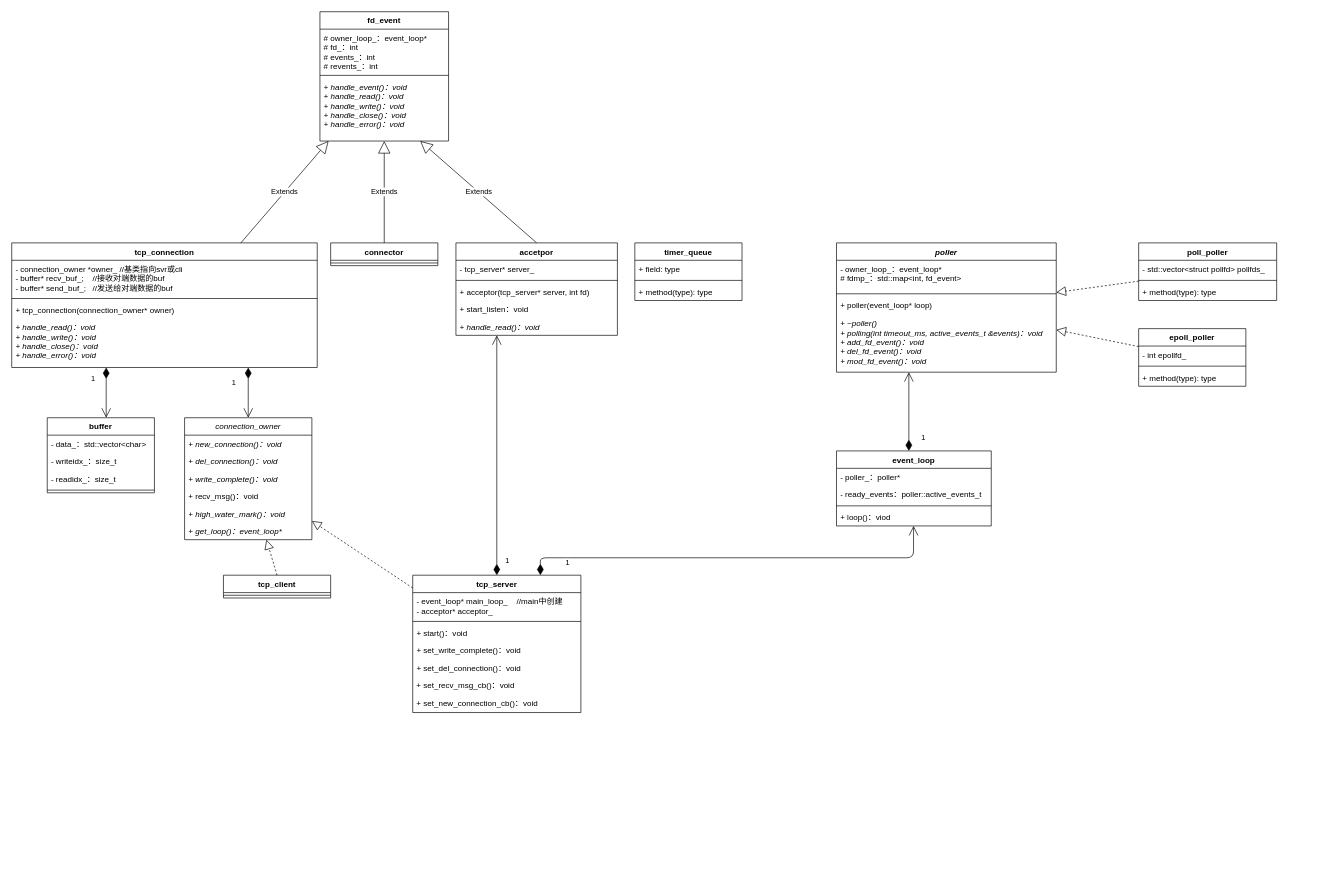
Earlier version of the draw.io diagram page "UML" (5 of 6) of docs/easy_net.drawio (HLhuanglang/eNET). Source tidied: cells renumbered, new cells numbered last; positions are measured from the earlier drawing's top-left corner, leaving out a move shared by most shapes. Both pictures are drawn from the tidied source at 67%, with x=0, y=0 at pixel (11, 11).
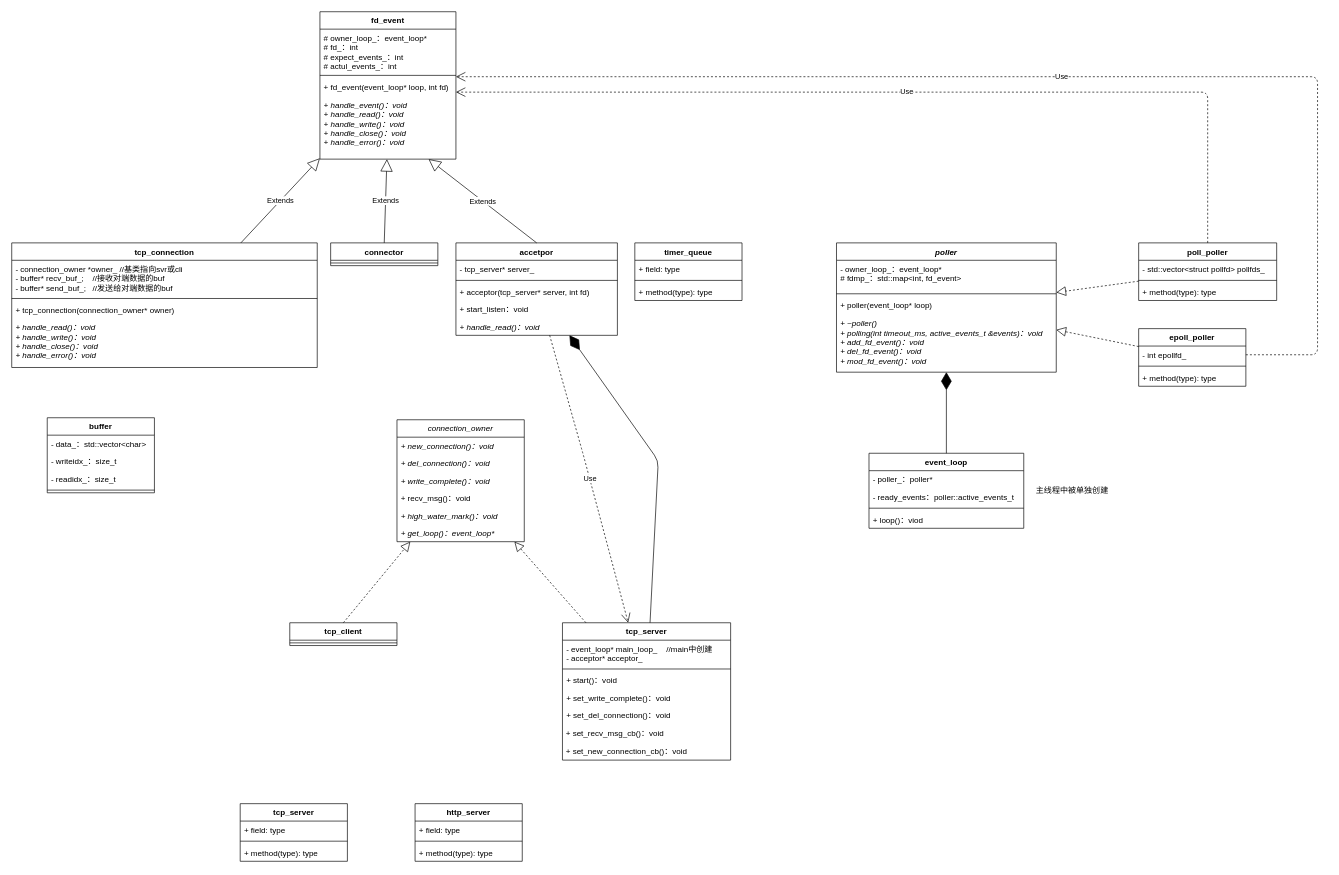
Above is the later version.

Unchanged cells that the change refers to:
```xml
<mxCell id="2" value="buffer" style="swimlane;fontStyle=1;align=center;verticalAlign=top;horizontal=1;startSize=26;" parent="1" vertex="1">
  <mxGeometry x="53" y="606" width="160" height="112" as="geometry" />
</mxCell>
<mxCell id="24" value="tcp_connection" style="swimlane;fontStyle=1;align=center;verticalAlign=top;horizontal=1;startSize=26;" parent="1" vertex="1">
  <mxGeometry y="345" width="456" height="186" as="geometry" />
</mxCell>
<mxCell id="34" value="poller" style="swimlane;fontStyle=3;align=center;verticalAlign=top;horizontal=1;startSize=26;" parent="1" vertex="1">
  <mxGeometry x="1231" y="345" width="328" height="193" as="geometry" />
</mxCell>
<mxCell id="40" value="- int epollfd_" style="text;strokeColor=none;fillColor=none;align=left;verticalAlign=top;spacingLeft=4;spacingRight=4;overflow=hidden;points=[[0,0.5],[1,0.5]];portConstraint=eastwest;" parent="39" vertex="1">
  <mxGeometry y="26" width="160" height="26" as="geometry" />
</mxCell>
<mxCell id="43" value="poll_poller" style="swimlane;fontStyle=1;align=center;verticalAlign=top;horizontal=1;startSize=26;" parent="1" vertex="1">
  <mxGeometry x="1682" y="345" width="206" height="86" as="geometry" />
</mxCell>
<mxCell id="53" value="accetpor" style="swimlane;fontStyle=1;align=center;verticalAlign=top;horizontal=1;startSize=26;" parent="1" vertex="1">
  <mxGeometry x="663" y="345" width="241" height="138" as="geometry" />
</mxCell>
```

Change to the diagram source:
```diff
@@
     <mxCell id="7" value="connection_owner" style="swimlane;fontStyle=2;horizontal=1;startSize=26;fillColor=none;" parent="1" vertex="1">
-      <mxGeometry x="258" y="606" width="190" height="182" as="geometry" />
+      <mxGeometry x="575" y="609" width="190" height="182" as="geometry" />
     </mxCell>
@@
     <mxCell id="14" value="tcp_client" style="swimlane;fontStyle=1;align=center;verticalAlign=top;horizontal=1;startSize=26;" parent="1" vertex="1">
-      <mxGeometry x="316" y="841" width="160" height="34" as="geometry" />
+      <mxGeometry x="415" y="912" width="160" height="34" as="geometry" />
     </mxCell>
@@
     <mxCell id="16" value="tcp_server" style="swimlane;fontStyle=1;align=center;verticalAlign=top;horizontal=1;startSize=26;" parent="1" vertex="1">
-      <mxGeometry x="598.5" y="841" width="251" height="205" as="geometry" />
+      <mxGeometry x="822" y="912" width="251" height="205" as="geometry" />
     </mxCell>
@@
-    <mxCell id="29" value="1" style="endArrow=open;html=1;endSize=12;startArrow=diamondThin;startSize=14;startFill=1;edgeStyle=orthogonalEdgeStyle;align=left;verticalAlign=bottom;" parent="1" edge="1" source="24" target="7">
-      <mxGeometry x="-0.15" y="-26" relative="1" as="geometry">
-        <Array as="points">
-          <mxPoint x="353" y="601" />
-          <mxPoint x="353" y="601" />
-        </Array>
-      </mxGeometry>
-    </mxCell>
     <mxCell id="30" value="fd_event" style="swimlane;fontStyle=1;align=center;verticalAlign=top;horizontal=1;startSize=26;" parent="1" vertex="1">
-      <mxGeometry x="460" width="192" height="193" as="geometry" />
+      <mxGeometry x="460" width="203" height="220" as="geometry" />
     </mxCell>
-    <mxCell id="31" value="# owner_loop_：event_loop* &#10;# fd_：int&#10;# events_：int &#10;# revents_：int " style="text;strokeColor=none;fillColor=none;align=left;verticalAlign=top;spacingLeft=4;spacingRight=4;overflow=hidden;" parent="30" vertex="1">
-      <mxGeometry y="26" width="192" height="65" as="geometry" />
+    <mxCell id="31" value="# owner_loop_：event_loop* &#10;# fd_：int&#10;# expect_events_：int &#10;# actul_events_：int " style="text;strokeColor=none;fillColor=none;align=left;verticalAlign=top;spacingLeft=4;spacingRight=4;overflow=hidden;" parent="30" vertex="1">
+      <mxGeometry y="26" width="203" height="65" as="geometry" />
     </mxCell>
     <mxCell id="32" style="line;strokeWidth=1;fillColor=none;align=left;verticalAlign=middle;spacingTop=-1;spacingLeft=3;spacingRight=3;labelPosition=right;" parent="30" vertex="1">
-      <mxGeometry y="91" width="192" height="8" as="geometry" />
+      <mxGeometry y="91" width="203" height="8" as="geometry" />
     </mxCell>
+    <mxCell id="75" value="+ fd_event(event_loop* loop, int fd)&#10;" style="text;strokeColor=none;fillColor=none;align=left;verticalAlign=top;spacingLeft=4;spacingRight=4;overflow=hidden;" parent="30" vertex="1">
+      <mxGeometry y="99" width="203" height="27" as="geometry" />
+    </mxCell>
     <mxCell id="33" value="+ handle_event()：void &#10;+ handle_read()：void &#10;+ handle_write()：void &#10;+ handle_close()：void &#10;+ handle_error()：void " style="text;strokeColor=none;fillColor=none;align=left;verticalAlign=top;spacingLeft=4;spacingRight=4;overflow=hidden;points=[[0,0.5],[1,0.5]];portConstraint=eastwest;fontStyle=2;" parent="30" vertex="1">
-      <mxGeometry y="99" width="192" height="94" as="geometry" />
+      <mxGeometry y="126" width="203" height="94" as="geometry" />
     </mxCell>
@@
     <mxCell id="48" value="event_loop" style="swimlane;fontStyle=1;align=center;verticalAlign=top;horizontal=1;startSize=26;" parent="1" vertex="1">
-      <mxGeometry x="1231" y="655.5" width="231" height="112" as="geometry" />
+      <mxGeometry x="1279.5" y="659" width="231" height="112" as="geometry" />
     </mxCell>
@@
-    <mxCell id="63" value="1" style="endArrow=open;html=1;endSize=12;startArrow=diamondThin;startSize=14;startFill=1;edgeStyle=orthogonalEdgeStyle;align=left;verticalAlign=bottom;" parent="1" edge="1" source="16" target="53">
-      <mxGeometry x="-0.93" y="-11" relative="1" as="geometry">
-        <Array as="points">
-          <mxPoint x="747" y="896" />
-          <mxPoint x="747" y="896" />
-        </Array>
-      </mxGeometry>
-    </mxCell>
-    <mxCell id="64" value="1" style="endArrow=open;html=1;endSize=12;startArrow=diamondThin;startSize=14;startFill=1;edgeStyle=orthogonalEdgeStyle;align=left;verticalAlign=bottom;" parent="1" edge="1" source="48" target="34">
-      <mxGeometry x="-0.82" y="-17" relative="1" as="geometry">
-        <Array as="points">
-          <mxPoint x="1339" y="619" />
-          <mxPoint x="1339" y="619" />
-        </Array>
-      </mxGeometry>
-    </mxCell>
-    <mxCell id="65" value="1" style="endArrow=open;html=1;endSize=12;startArrow=diamondThin;startSize=14;startFill=1;edgeStyle=orthogonalEdgeStyle;align=left;verticalAlign=bottom;" parent="1" edge="1" source="24" target="2">
-      <mxGeometry x="-0.31" y="-24" relative="1" as="geometry">
-        <Array as="points">
-          <mxPoint x="141" y="556" />
-          <mxPoint x="141" y="556" />
-        </Array>
-      </mxGeometry>
-    </mxCell>
-    <mxCell id="66" value="1" style="endArrow=open;html=1;endSize=12;startArrow=diamondThin;startSize=14;startFill=1;edgeStyle=orthogonalEdgeStyle;align=left;verticalAlign=bottom;" parent="1" edge="1" source="16" target="48">
-      <mxGeometry x="-0.8" y="-17" relative="1" as="geometry">
-        <Array as="points">
-          <mxPoint x="789" y="815" />
-          <mxPoint x="1346" y="815" />
-        </Array>
-        <mxPoint x="-1" as="offset" />
-      </mxGeometry>
-    </mxCell>
@@
+    <mxCell id="76" value="Use" style="endArrow=open;endSize=12;dashed=1;html=1;exitX=1;exitY=0.5;exitDx=0;exitDy=0;edgeStyle=orthogonalEdgeStyle;" parent="1" edge="1" source="40" target="30">
+      <mxGeometry relative="1" as="geometry">
+        <Array as="points">
+          <mxPoint x="1949" y="512" />
+          <mxPoint x="1949" y="97" />
+        </Array>
+      </mxGeometry>
+    </mxCell>
+    <mxCell id="77" value="Use" style="endArrow=open;endSize=12;dashed=1;html=1;edgeStyle=orthogonalEdgeStyle;" parent="1" edge="1" source="43" target="30">
+      <mxGeometry relative="1" as="geometry">
+        <Array as="points">
+          <mxPoint x="1785" y="120" />
+        </Array>
+      </mxGeometry>
+    </mxCell>
+    <mxCell id="78" value="Use" style="endArrow=open;endSize=12;dashed=1;html=1;" parent="1" edge="1" source="53" target="16">
+      <mxGeometry relative="1" as="geometry">
+        <Array as="points">
+          <mxPoint x="853" y="661" />
+        </Array>
+      </mxGeometry>
+    </mxCell>
+    <mxCell id="79" value="http_server&#10;" style="swimlane;fontStyle=1;align=center;verticalAlign=top;horizontal=1;startSize=26;" parent="1" vertex="1">
+      <mxGeometry x="602" y="1182" width="160" height="86" as="geometry" />
+    </mxCell>
+    <mxCell id="80" value="+ field: type" style="text;strokeColor=none;fillColor=none;align=left;verticalAlign=top;spacingLeft=4;spacingRight=4;overflow=hidden;" parent="79" vertex="1">
+      <mxGeometry y="26" width="160" height="26" as="geometry" />
+    </mxCell>
+    <mxCell id="81" style="line;strokeWidth=1;fillColor=none;align=left;verticalAlign=middle;spacingTop=-1;spacingLeft=3;spacingRight=3;labelPosition=right;strokeColor=inherit;" parent="79" vertex="1">
+      <mxGeometry y="52" width="160" height="8" as="geometry" />
+    </mxCell>
+    <mxCell id="82" value="+ method(type): type" style="text;strokeColor=none;fillColor=none;align=left;verticalAlign=top;spacingLeft=4;spacingRight=4;overflow=hidden;" parent="79" vertex="1">
+      <mxGeometry y="60" width="160" height="26" as="geometry" />
+    </mxCell>
+    <mxCell id="83" value="tcp_server&#10;" style="swimlane;fontStyle=1;align=center;verticalAlign=top;horizontal=1;startSize=26;" parent="1" vertex="1">
+      <mxGeometry x="341" y="1182" width="160" height="86" as="geometry" />
+    </mxCell>
+    <mxCell id="84" value="+ field: type" style="text;strokeColor=none;fillColor=none;align=left;verticalAlign=top;spacingLeft=4;spacingRight=4;overflow=hidden;" parent="83" vertex="1">
+      <mxGeometry y="26" width="160" height="26" as="geometry" />
+    </mxCell>
+    <mxCell id="85" style="line;strokeWidth=1;fillColor=none;align=left;verticalAlign=middle;spacingTop=-1;spacingLeft=3;spacingRight=3;labelPosition=right;strokeColor=inherit;" parent="83" vertex="1">
+      <mxGeometry y="52" width="160" height="8" as="geometry" />
+    </mxCell>
+    <mxCell id="86" value="+ method(type): type" style="text;strokeColor=none;fillColor=none;align=left;verticalAlign=top;spacingLeft=4;spacingRight=4;overflow=hidden;" parent="83" vertex="1">
+      <mxGeometry y="60" width="160" height="26" as="geometry" />
+    </mxCell>
+    <mxCell id="87" value="主线程中被单独创建" style="text;html=1;strokeColor=none;fillColor=none;align=center;verticalAlign=middle;whiteSpace=wrap;rounded=0;" parent="1" vertex="1">
+      <mxGeometry x="1526" y="700" width="114" height="30" as="geometry" />
+    </mxCell>
+    <mxCell id="63" style="endArrow=diamondThin;endFill=1;endSize=24;html=1;" parent="1" edge="1" source="16" target="53">
+      <mxGeometry relative="1" as="geometry">
+        <Array as="points">
+          <mxPoint x="965" y="670" />
+        </Array>
+      </mxGeometry>
+    </mxCell>
+    <mxCell id="64" style="endArrow=diamondThin;endFill=1;endSize=24;html=1;" parent="1" edge="1" source="48" target="34">
+      <mxGeometry relative="1" as="geometry" />
+    </mxCell>
```
